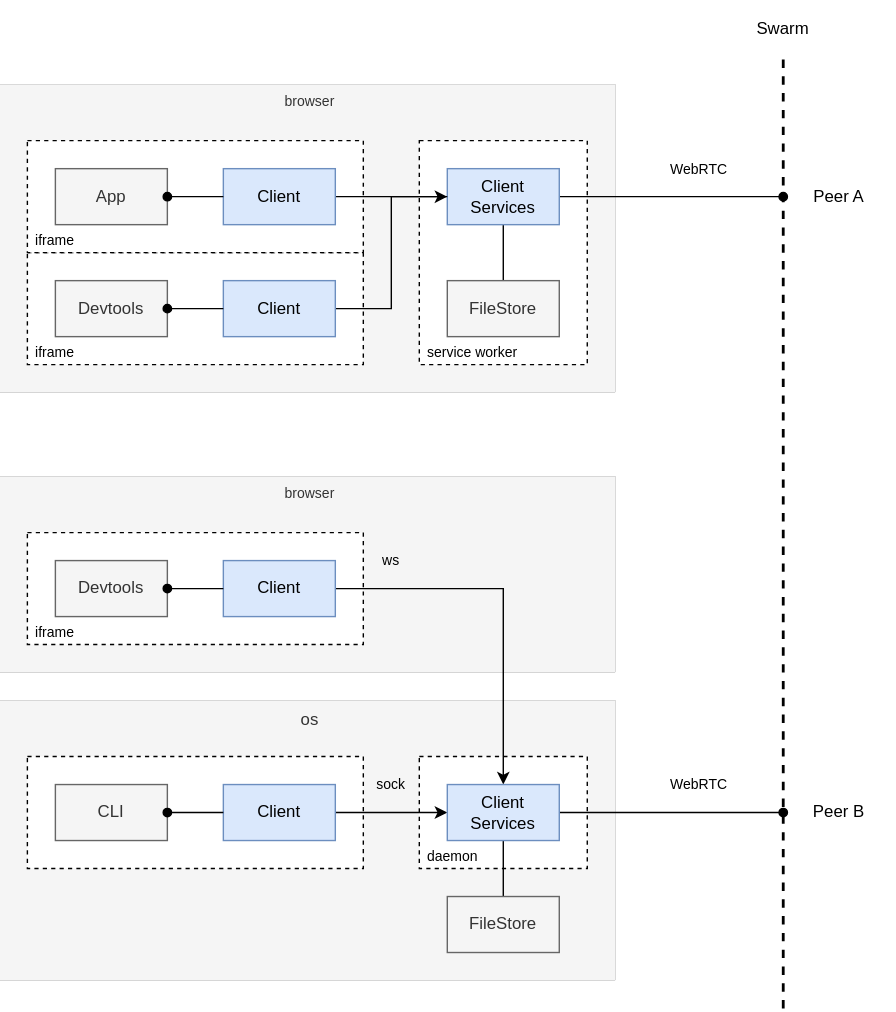
Above: docs/docs/design/diagrams/remote-agents.drawio.svg in dxos/dxos (draw.io), before the change. Source tidied: cells renumbered, new cells last; positions are measured from the earlier drawing's top-left corner, leaving out a move shared by most shapes.
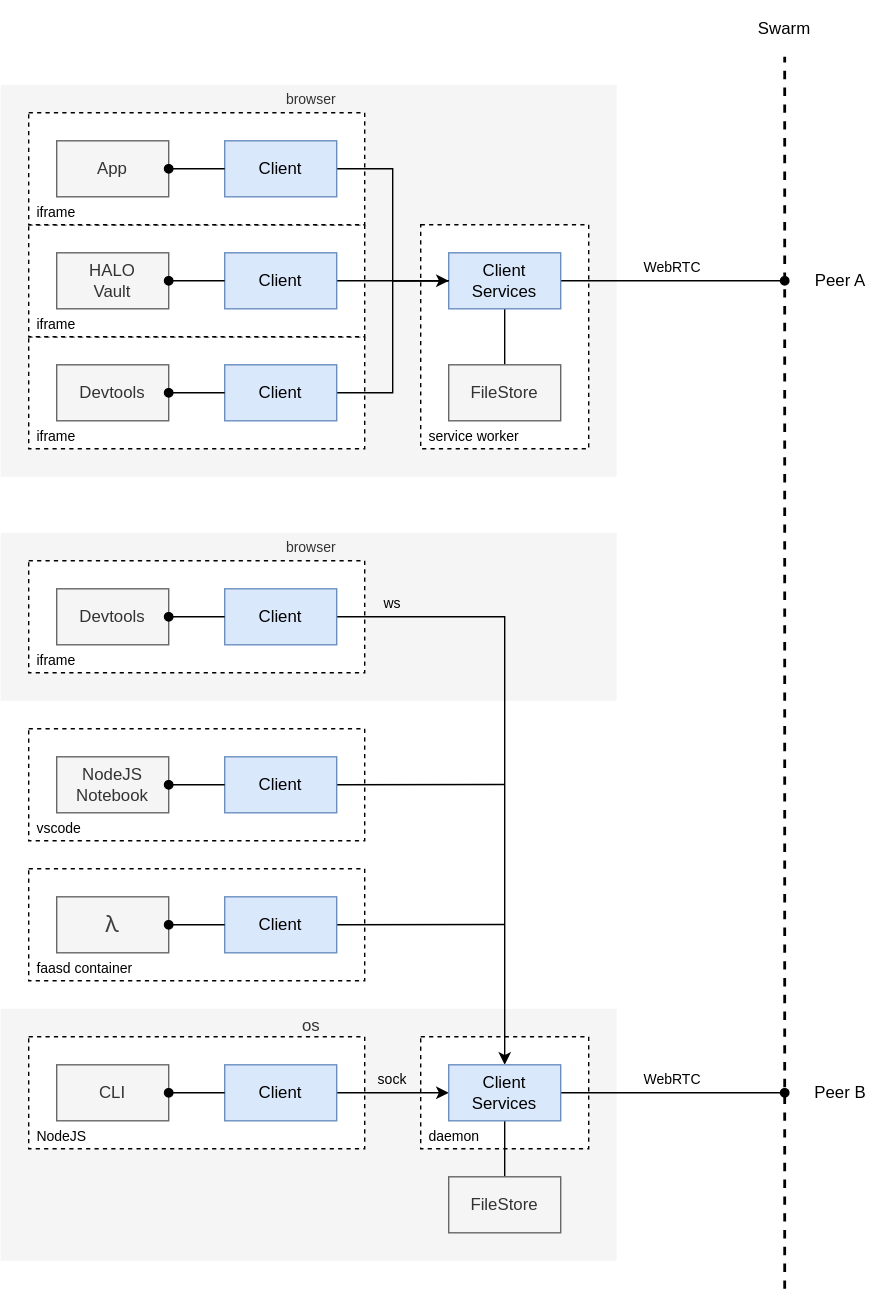
The same diagram one commit later.

The edit, as a diff of the source:
```diff
@@ -2,46 +2,46 @@
   <root>
     <mxCell id="0" />
     <mxCell id="1" parent="0" />
-    <mxCell id="2" value="os" style="rounded=0;whiteSpace=wrap;html=1;align=center;verticalAlign=top;spacingLeft=4;fillColor=#f5f5f5;strokeColor=default;fontColor=#333333;strokeWidth=0;" parent="1" vertex="1">
-      <mxGeometry y="500" width="440" height="200" as="geometry" />
+    <mxCell id="2" value="os" style="rounded=0;whiteSpace=wrap;html=1;align=center;verticalAlign=top;spacingLeft=4;fillColor=#f5f5f5;strokeColor=none;fontColor=#333333;strokeWidth=0;spacing=0;" parent="1" vertex="1">
+      <mxGeometry y="700" width="440" height="180" as="geometry" />
     </mxCell>
     <mxCell id="3" value="daemon" style="rounded=0;whiteSpace=wrap;html=1;dashed=1;align=left;verticalAlign=bottom;spacingLeft=4;fillColor=default;fontSize=10;" parent="1" vertex="1">
-      <mxGeometry x="300" y="540" width="120" height="80" as="geometry" />
+      <mxGeometry x="300" y="720" width="120" height="80" as="geometry" />
     </mxCell>
-    <mxCell id="4" value="browser" style="rounded=0;whiteSpace=wrap;html=1;align=center;verticalAlign=top;spacingLeft=4;fillColor=#f5f5f5;strokeColor=default;fontColor=#333333;strokeWidth=0;fontSize=10;" parent="1" vertex="1">
-      <mxGeometry y="60" width="440" height="220" as="geometry" />
+    <mxCell id="4" value="browser" style="rounded=0;whiteSpace=wrap;html=1;align=center;verticalAlign=top;spacingLeft=4;fillColor=#f5f5f5;strokeColor=none;fontColor=#333333;strokeWidth=0;fontSize=10;spacing=0;" parent="1" vertex="1">
+      <mxGeometry y="40" width="440" height="280" as="geometry" />
     </mxCell>
     <mxCell id="5" value="iframe" style="rounded=0;whiteSpace=wrap;html=1;dashed=1;align=left;verticalAlign=bottom;spacingLeft=4;fillColor=default;fontSize=10;" parent="1" vertex="1">
-      <mxGeometry x="20" y="180" width="240" height="80" as="geometry" />
+      <mxGeometry x="20" y="220" width="240" height="80" as="geometry" />
     </mxCell>
     <mxCell id="6" value="iframe" style="rounded=0;whiteSpace=wrap;html=1;dashed=1;align=left;verticalAlign=bottom;spacingLeft=4;fillColor=default;fontSize=10;" parent="1" vertex="1">
-      <mxGeometry x="20" y="100" width="240" height="80" as="geometry" />
+      <mxGeometry x="20" y="140" width="240" height="80" as="geometry" />
     </mxCell>
     <mxCell id="7" value="service worker" style="rounded=0;whiteSpace=wrap;html=1;dashed=1;align=left;verticalAlign=bottom;spacingLeft=4;fillColor=default;fontSize=10;" parent="1" vertex="1">
-      <mxGeometry x="300" y="100" width="120" height="160" as="geometry" />
+      <mxGeometry x="300" y="140" width="120" height="160" as="geometry" />
     </mxCell>
     <mxCell id="8" style="edgeStyle=none;rounded=0;html=1;exitX=1;exitY=0.5;exitDx=0;exitDy=0;strokeWidth=1;fontSize=10;startArrow=none;startFill=0;endArrow=classic;endFill=1;" parent="1" edge="1" source="9" target="12">
       <mxGeometry relative="1" as="geometry" />
     </mxCell>
     <mxCell id="9" value="Client" style="rounded=0;whiteSpace=wrap;html=1;fillColor=#dae8fc;strokeColor=#6c8ebf;" parent="1" vertex="1">
-      <mxGeometry x="160" y="120" width="80" height="40" as="geometry" />
+      <mxGeometry x="160" y="160" width="80" height="40" as="geometry" />
     </mxCell>
     <mxCell id="10" style="edgeStyle=none;rounded=0;html=1;exitX=1;exitY=0.5;exitDx=0;exitDy=0;fontSize=10;startArrow=none;startFill=0;endArrow=oval;endFill=1;" parent="1" edge="1" source="12">
       <mxGeometry relative="1" as="geometry">
-        <mxPoint x="560" y="140" as="targetPoint" />
+        <mxPoint x="560" y="180" as="targetPoint" />
       </mxGeometry>
     </mxCell>
     <mxCell id="11" style="edgeStyle=none;rounded=0;html=1;exitX=0.5;exitY=1;exitDx=0;exitDy=0;entryX=0.5;entryY=0;entryDx=0;entryDy=0;strokeWidth=1;fontSize=10;startArrow=none;startFill=0;endArrow=none;endFill=0;" parent="1" edge="1" source="12" target="34">
       <mxGeometry relative="1" as="geometry" />
     </mxCell>
     <mxCell id="12" value="Client&lt;br&gt;Services" style="rounded=0;whiteSpace=wrap;html=1;fillColor=#dae8fc;strokeColor=#6c8ebf;" parent="1" vertex="1">
-      <mxGeometry x="320" y="120" width="80" height="40" as="geometry" />
+      <mxGeometry x="320" y="160" width="80" height="40" as="geometry" />
     </mxCell>
-    <mxCell id="13" value="App" style="rounded=0;whiteSpace=wrap;html=1;fillColor=#f5f5f5;strokeColor=#666666;fontColor=#333333;" parent="1" vertex="1">
-      <mxGeometry x="40" y="120" width="80" height="40" as="geometry" />
+    <mxCell id="13" value="HALO&lt;br&gt;Vault" style="rounded=0;whiteSpace=wrap;html=1;fillColor=#f5f5f5;strokeColor=#666666;fontColor=#333333;" parent="1" vertex="1">
+      <mxGeometry x="40" y="160" width="80" height="40" as="geometry" />
     </mxCell>
     <mxCell id="14" value="Devtools" style="rounded=0;whiteSpace=wrap;html=1;fillColor=#f5f5f5;strokeColor=#666666;fontColor=#333333;" parent="1" vertex="1">
-      <mxGeometry x="40" y="200" width="80" height="40" as="geometry" />
+      <mxGeometry x="40" y="240" width="80" height="40" as="geometry" />
     </mxCell>
     <mxCell id="15" style="edgeStyle=none;html=1;exitX=1;exitY=0.5;exitDx=0;exitDy=0;startArrow=oval;startFill=1;endArrow=none;endFill=0;" parent="1" edge="1" source="13" target="9">
       <mxGeometry relative="1" as="geometry" />
@@ -49,25 +49,24 @@
     <mxCell id="16" style="edgeStyle=none;html=1;exitX=1;exitY=0.5;exitDx=0;exitDy=0;entryX=0;entryY=0.5;entryDx=0;entryDy=0;startArrow=none;startFill=0;endArrow=none;endFill=0;rounded=0;" parent="1" edge="1" source="17" target="12">
       <mxGeometry relative="1" as="geometry">
         <Array as="points">
-          <mxPoint x="280" y="220" />
-          <mxPoint x="280" y="140" />
+          <mxPoint x="280" y="260" />
+          <mxPoint x="280" y="180" />
         </Array>
       </mxGeometry>
     </mxCell>
     <mxCell id="17" value="Client" style="rounded=0;whiteSpace=wrap;html=1;fillColor=#dae8fc;strokeColor=#6c8ebf;" parent="1" vertex="1">
-      <mxGeometry x="160" y="200" width="80" height="40" as="geometry" />
+      <mxGeometry x="160" y="240" width="80" height="40" as="geometry" />
     </mxCell>
-    <mxCell id="18" style="endArrow=none;html=1;dashed=1;strokeWidth=2;" parent="1" edge="1">
+    <mxCell id="18" style="endArrow=none;html=1;dashed=1;strokeWidth=2;entryX=0.5;entryY=1;entryDx=0;entryDy=0;" parent="1" edge="1" target="38">
       <mxGeometry relative="1" as="geometry">
-        <mxPoint x="560" y="720" as="sourcePoint" />
-        <mxPoint x="560" y="40" as="targetPoint" />
+        <mxPoint x="560" y="900" as="sourcePoint" />
       </mxGeometry>
     </mxCell>
     <mxCell id="19" style="edgeStyle=none;html=1;exitX=1;exitY=0.5;exitDx=0;exitDy=0;startArrow=oval;startFill=1;endArrow=none;endFill=0;" parent="1" edge="1" source="14" target="17">
       <mxGeometry relative="1" as="geometry" />
     </mxCell>
-    <mxCell id="20" value="browser" style="rounded=0;whiteSpace=wrap;html=1;align=center;verticalAlign=top;spacingLeft=4;fillColor=#f5f5f5;strokeColor=default;fontColor=#333333;strokeWidth=0;fontSize=10;" parent="1" vertex="1">
-      <mxGeometry y="340" width="440" height="140" as="geometry" />
+    <mxCell id="20" value="browser" style="rounded=0;whiteSpace=wrap;html=1;align=center;verticalAlign=top;spacingLeft=4;fillColor=#f5f5f5;strokeColor=none;fontColor=#333333;strokeWidth=0;fontSize=10;spacing=0;" parent="1" vertex="1">
+      <mxGeometry y="360" width="440" height="120" as="geometry" />
     </mxCell>
     <mxCell id="21" value="iframe" style="rounded=0;whiteSpace=wrap;html=1;dashed=1;align=left;verticalAlign=bottom;spacingLeft=4;fillColor=default;fontSize=10;" parent="1" vertex="1">
       <mxGeometry x="20" y="380" width="240" height="80" as="geometry" />
@@ -88,58 +87,112 @@
     <mxCell id="25" style="edgeStyle=none;html=1;exitX=1;exitY=0.5;exitDx=0;exitDy=0;startArrow=oval;startFill=1;endArrow=none;endFill=0;" parent="1" edge="1" source="24" target="23">
       <mxGeometry relative="1" as="geometry" />
     </mxCell>
-    <mxCell id="26" style="rounded=0;whiteSpace=wrap;html=1;dashed=1;align=left;verticalAlign=bottom;spacingLeft=4;fillColor=default;fontSize=10;" parent="1" vertex="1">
-      <mxGeometry x="20" y="540" width="240" height="80" as="geometry" />
+    <mxCell id="26" value="NodeJS" style="rounded=0;whiteSpace=wrap;html=1;dashed=1;align=left;verticalAlign=bottom;spacingLeft=4;fillColor=default;fontSize=10;" parent="1" vertex="1">
+      <mxGeometry x="20" y="720" width="240" height="80" as="geometry" />
     </mxCell>
     <mxCell id="27" style="edgeStyle=none;rounded=0;html=1;exitX=1;exitY=0.5;exitDx=0;exitDy=0;entryX=0;entryY=0.5;entryDx=0;entryDy=0;startArrow=none;startFill=0;endArrow=classic;endFill=1;" parent="1" edge="1" source="28" target="33">
       <mxGeometry relative="1" as="geometry" />
     </mxCell>
     <mxCell id="28" value="Client" style="rounded=0;whiteSpace=wrap;html=1;fillColor=#dae8fc;strokeColor=#6c8ebf;" parent="1" vertex="1">
-      <mxGeometry x="160" y="560" width="80" height="40" as="geometry" />
+      <mxGeometry x="160" y="740" width="80" height="40" as="geometry" />
     </mxCell>
     <mxCell id="29" value="CLI" style="rounded=0;whiteSpace=wrap;html=1;fillColor=#f5f5f5;strokeColor=#666666;fontColor=#333333;" parent="1" vertex="1">
-      <mxGeometry x="40" y="560" width="80" height="40" as="geometry" />
+      <mxGeometry x="40" y="740" width="80" height="40" as="geometry" />
     </mxCell>
     <mxCell id="30" style="edgeStyle=none;html=1;exitX=1;exitY=0.5;exitDx=0;exitDy=0;startArrow=oval;startFill=1;endArrow=none;endFill=0;" parent="1" edge="1" source="29" target="28">
       <mxGeometry relative="1" as="geometry" />
     </mxCell>
     <mxCell id="31" style="edgeStyle=none;rounded=0;html=1;exitX=1;exitY=0.5;exitDx=0;exitDy=0;fontSize=10;startArrow=none;startFill=0;endArrow=oval;endFill=1;" parent="1" edge="1" source="33">
       <mxGeometry relative="1" as="geometry">
-        <mxPoint x="560" y="580" as="targetPoint" />
+        <mxPoint x="560" y="760" as="targetPoint" />
       </mxGeometry>
     </mxCell>
-    <mxCell id="32" style="edgeStyle=none;rounded=0;html=1;exitX=0.5;exitY=1;exitDx=0;exitDy=0;strokeWidth=1;fontSize=10;startArrow=none;startFill=0;endArrow=none;endFill=0;" parent="1" edge="1" source="33" target="35">
+    <mxCell id="32" style="edgeStyle=none;rounded=0;html=1;exitX=0.5;exitY=1;exitDx=0;exitDy=0;strokeWidth=1;fontSize=16;startArrow=none;startFill=0;endArrow=none;endFill=0;" parent="1" edge="1" source="33" target="35">
       <mxGeometry relative="1" as="geometry" />
     </mxCell>
     <mxCell id="33" value="Client&lt;br&gt;Services" style="rounded=0;whiteSpace=wrap;html=1;fillColor=#dae8fc;strokeColor=#6c8ebf;" parent="1" vertex="1">
-      <mxGeometry x="320" y="560" width="80" height="40" as="geometry" />
+      <mxGeometry x="320" y="740" width="80" height="40" as="geometry" />
     </mxCell>
     <mxCell id="34" value="FileStore" style="rounded=0;whiteSpace=wrap;html=1;fillColor=#f5f5f5;strokeColor=#666666;fontColor=#333333;" parent="1" vertex="1">
-      <mxGeometry x="320" y="200" width="80" height="40" as="geometry" />
+      <mxGeometry x="320" y="240" width="80" height="40" as="geometry" />
     </mxCell>
-    <mxCell id="35" value="FileStore" style="rounded=0;whiteSpace=wrap;html=1;fillColor=#f5f5f5;strokeColor=#666666;fontColor=#333333;" parent="1" vertex="1">
-      <mxGeometry x="320" y="640" width="80" height="40" as="geometry" />
-    </mxCell>
     <mxCell id="36" value="Peer A" style="rounded=0;whiteSpace=wrap;html=1;strokeColor=none;strokeWidth=0;fontSize=12;fillColor=none;" parent="1" vertex="1">
-      <mxGeometry x="560" y="120" width="80" height="40" as="geometry" />
+      <mxGeometry x="560" y="160" width="80" height="40" as="geometry" />
     </mxCell>
     <mxCell id="37" value="Peer B" style="rounded=0;whiteSpace=wrap;html=1;strokeColor=none;strokeWidth=0;fontSize=12;fillColor=none;" parent="1" vertex="1">
-      <mxGeometry x="560" y="560" width="80" height="40" as="geometry" />
+      <mxGeometry x="560" y="740" width="80" height="40" as="geometry" />
     </mxCell>
     <mxCell id="38" value="Swarm" style="rounded=0;whiteSpace=wrap;html=1;strokeColor=none;strokeWidth=0;fontSize=12;fillColor=none;" parent="1" vertex="1">
-      <mxGeometry x="520" width="80" height="40" as="geometry" />
+      <mxGeometry x="520" y="-20" width="80" height="40" as="geometry" />
     </mxCell>
     <mxCell id="39" value="WebRTC" style="rounded=0;whiteSpace=wrap;html=1;strokeColor=none;strokeWidth=0;fontSize=10;fillColor=none;" parent="1" vertex="1">
-      <mxGeometry x="460" y="100" width="80" height="40" as="geometry" />
+      <mxGeometry x="440" y="160" width="80" height="20" as="geometry" />
     </mxCell>
     <mxCell id="40" value="WebRTC" style="rounded=0;whiteSpace=wrap;html=1;strokeColor=none;strokeWidth=0;fontSize=10;fillColor=none;" parent="1" vertex="1">
-      <mxGeometry x="460" y="540" width="80" height="40" as="geometry" />
+      <mxGeometry x="440" y="740" width="80" height="20" as="geometry" />
     </mxCell>
     <mxCell id="41" value="ws" style="rounded=0;whiteSpace=wrap;html=1;strokeColor=none;strokeWidth=0;fontSize=10;fillColor=none;" parent="1" vertex="1">
-      <mxGeometry x="240" y="380" width="80" height="40" as="geometry" />
+      <mxGeometry x="240" y="400" width="80" height="20" as="geometry" />
     </mxCell>
     <mxCell id="42" value="sock" style="rounded=0;whiteSpace=wrap;html=1;strokeColor=none;strokeWidth=0;fontSize=10;fillColor=none;" parent="1" vertex="1">
-      <mxGeometry x="240" y="540" width="80" height="40" as="geometry" />
+      <mxGeometry x="240" y="740" width="80" height="20" as="geometry" />
     </mxCell>
+    <mxCell id="43" value="vscode" style="rounded=0;whiteSpace=wrap;html=1;dashed=1;align=left;verticalAlign=bottom;spacingLeft=4;fillColor=default;fontSize=10;" parent="1" vertex="1">
+      <mxGeometry x="20" y="500" width="240" height="80" as="geometry" />
+    </mxCell>
+    <mxCell id="44" style="edgeStyle=none;rounded=0;html=1;exitX=1;exitY=0.5;exitDx=0;exitDy=0;strokeWidth=1;fontSize=16;startArrow=none;startFill=0;endArrow=none;endFill=0;" parent="1" edge="1" source="45">
+      <mxGeometry relative="1" as="geometry">
+        <mxPoint x="360" y="539.8" as="targetPoint" />
+      </mxGeometry>
+    </mxCell>
+    <mxCell id="45" value="Client" style="rounded=0;whiteSpace=wrap;html=1;fillColor=#dae8fc;strokeColor=#6c8ebf;" parent="1" vertex="1">
+      <mxGeometry x="160" y="520" width="80" height="40" as="geometry" />
+    </mxCell>
+    <mxCell id="46" value="NodeJS&lt;br&gt;Notebook" style="rounded=0;whiteSpace=wrap;html=1;fillColor=#f5f5f5;strokeColor=#666666;fontColor=#333333;" parent="1" vertex="1">
+      <mxGeometry x="40" y="520" width="80" height="40" as="geometry" />
+    </mxCell>
+    <mxCell id="47" style="edgeStyle=none;html=1;exitX=1;exitY=0.5;exitDx=0;exitDy=0;startArrow=oval;startFill=1;endArrow=none;endFill=0;" parent="1" edge="1" source="46" target="45">
+      <mxGeometry relative="1" as="geometry" />
+    </mxCell>
+    <mxCell id="48" value="faasd container" style="rounded=0;whiteSpace=wrap;html=1;dashed=1;align=left;verticalAlign=bottom;spacingLeft=4;fillColor=default;fontSize=10;" parent="1" vertex="1">
+      <mxGeometry x="20" y="600" width="240" height="80" as="geometry" />
+    </mxCell>
+    <mxCell id="49" style="edgeStyle=none;rounded=0;html=1;exitX=1;exitY=0.5;exitDx=0;exitDy=0;strokeWidth=1;fontSize=16;startArrow=none;startFill=0;endArrow=none;endFill=0;" parent="1" edge="1" source="50">
+      <mxGeometry relative="1" as="geometry">
+        <mxPoint x="360" y="639.8" as="targetPoint" />
+      </mxGeometry>
+    </mxCell>
+    <mxCell id="50" value="Client" style="rounded=0;whiteSpace=wrap;html=1;fillColor=#dae8fc;strokeColor=#6c8ebf;" parent="1" vertex="1">
+      <mxGeometry x="160" y="620" width="80" height="40" as="geometry" />
+    </mxCell>
+    <mxCell id="51" value="&lt;font face=&quot;-apple-system, system-ui, Helvetica Neue, Helvetica, Arial, sans-serif&quot; color=&quot;#404040&quot; style=&quot;font-size: 16px;&quot;&gt;λ&lt;/font&gt;" style="rounded=0;whiteSpace=wrap;html=1;fillColor=#f5f5f5;strokeColor=#666666;fontColor=#333333;fontSize=16;" parent="1" vertex="1">
+      <mxGeometry x="40" y="620" width="80" height="40" as="geometry" />
+    </mxCell>
+    <mxCell id="52" style="edgeStyle=none;html=1;exitX=1;exitY=0.5;exitDx=0;exitDy=0;startArrow=oval;startFill=1;endArrow=none;endFill=0;" parent="1" edge="1" source="51" target="50">
+      <mxGeometry relative="1" as="geometry" />
+    </mxCell>
+    <mxCell id="35" value="FileStore" style="rounded=0;whiteSpace=wrap;html=1;fillColor=#f5f5f5;strokeColor=#666666;fontColor=#333333;" parent="1" vertex="1">
+      <mxGeometry x="320" y="820" width="80" height="40" as="geometry" />
+    </mxCell>
+    <mxCell id="53" value="iframe" style="rounded=0;whiteSpace=wrap;html=1;dashed=1;align=left;verticalAlign=bottom;spacingLeft=4;fillColor=default;fontSize=10;" parent="1" vertex="1">
+      <mxGeometry x="20" y="60" width="240" height="80" as="geometry" />
+    </mxCell>
+    <mxCell id="54" style="edgeStyle=none;rounded=0;html=1;exitX=1;exitY=0.5;exitDx=0;exitDy=0;entryX=0;entryY=0.5;entryDx=0;entryDy=0;strokeWidth=1;fontSize=16;startArrow=none;startFill=0;endArrow=none;endFill=0;" parent="1" edge="1" source="55" target="12">
+      <mxGeometry relative="1" as="geometry">
+        <Array as="points">
+          <mxPoint x="280" y="100" />
+          <mxPoint x="280" y="180" />
+        </Array>
+      </mxGeometry>
+    </mxCell>
+    <mxCell id="55" value="Client" style="rounded=0;whiteSpace=wrap;html=1;fillColor=#dae8fc;strokeColor=#6c8ebf;" parent="1" vertex="1">
+      <mxGeometry x="160" y="80" width="80" height="40" as="geometry" />
+    </mxCell>
+    <mxCell id="56" value="App" style="rounded=0;whiteSpace=wrap;html=1;fillColor=#f5f5f5;strokeColor=#666666;fontColor=#333333;" parent="1" vertex="1">
+      <mxGeometry x="40" y="80" width="80" height="40" as="geometry" />
+    </mxCell>
+    <mxCell id="57" style="edgeStyle=none;html=1;exitX=1;exitY=0.5;exitDx=0;exitDy=0;startArrow=oval;startFill=1;endArrow=none;endFill=0;" parent="1" edge="1" source="56" target="55">
+      <mxGeometry relative="1" as="geometry" />
+    </mxCell>
   </root>
 </mxGraphModel>
```
